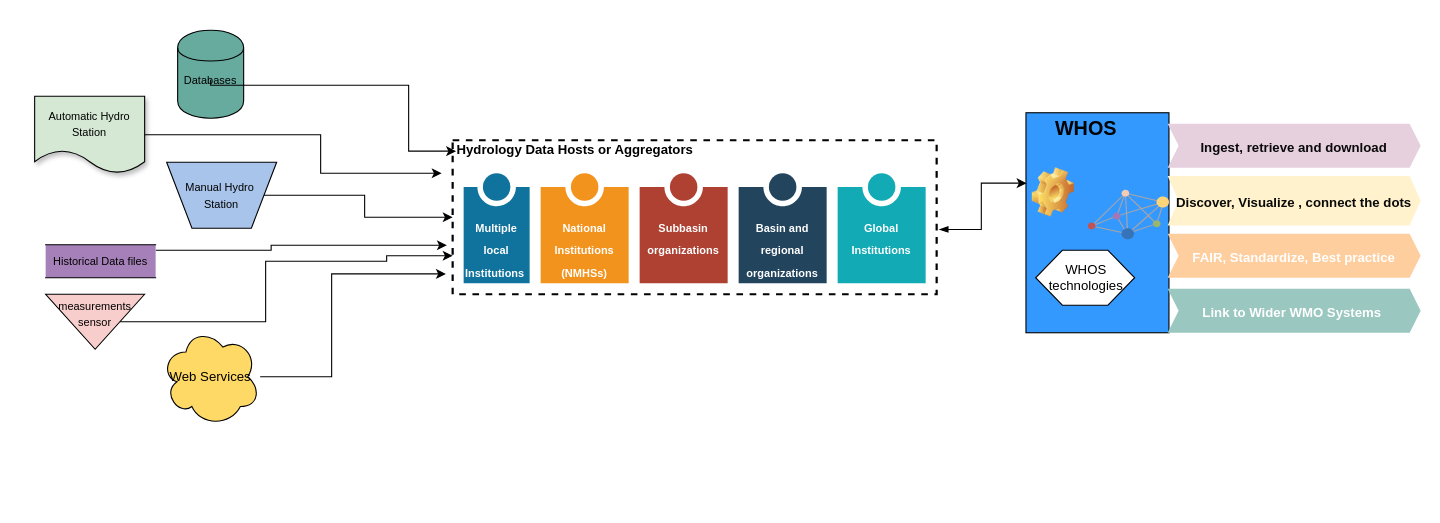
Earlier version of the draw.io diagram page "WHOS data sources" (2 of 13) of whos-architecture/WHOS New.drawio (wmo-im/tt-w4h). Source tidied: cells renumbered, new cells numbered last; positions are measured from the earlier drawing's top-left corner, leaving out a move shared by most shapes. Both pictures are drawn from the tidied source at 110%, with x=0, y=0 at pixel (34, 30).
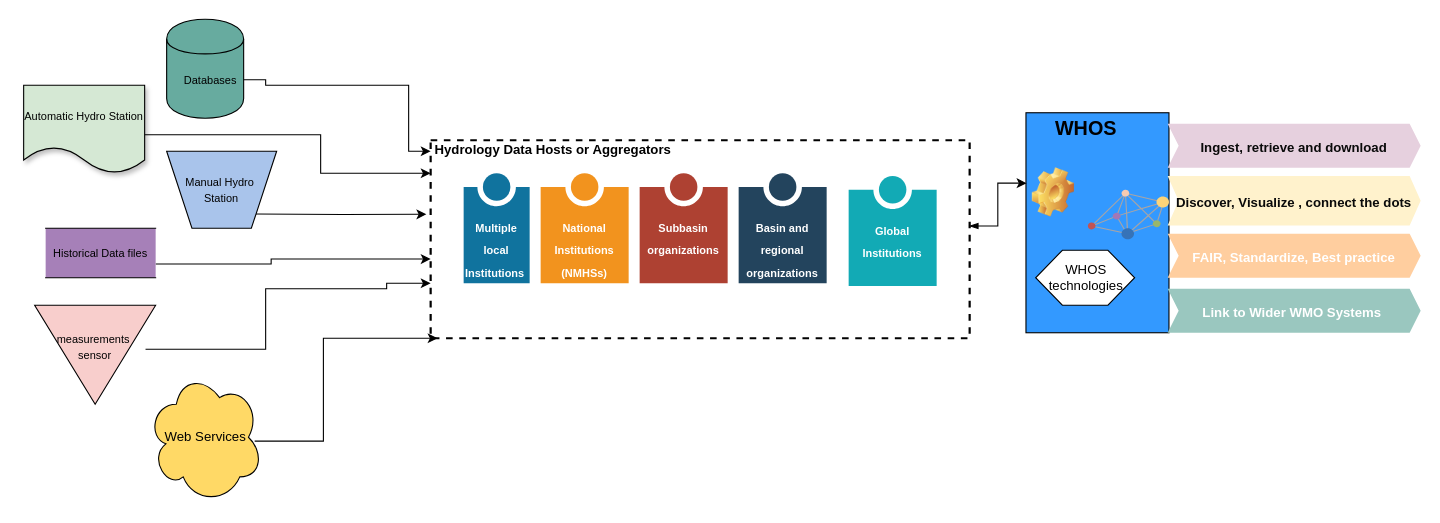
The same diagram, later.

The change refers to these unchanged cells:
```xml
<mxCell id="2" style="html=1;dashed=0;whiteSpace=wrap;fillColor=#3399FF;" parent="1" vertex="1">
  <mxGeometry x="901.2" y="75" width="130" height="200" as="geometry" />
</mxCell>
<mxCell id="4" value="&lt;font style=&quot;font-size: 10px;&quot;&gt;Databases&lt;/font&gt;" style="text;html=1;whiteSpace=wrap;strokeColor=none;fillColor=none;align=center;verticalAlign=middle;rounded=0;" parent="1" vertex="1">
  <mxGeometry x="130" y="30" width="60" height="30" as="geometry" />
</mxCell>
```

Diff of the diagram source:
```diff
@@
     <mxCell id="3" style="shape=cylinder;whiteSpace=wrap;html=1;boundedLbl=1;backgroundOutline=1;fillColor=#67AB9F;" parent="1" vertex="1">
-      <mxGeometry x="130" width="60" height="80" as="geometry" />
+      <mxGeometry x="120" y="-10" width="70" height="90" as="geometry" />
     </mxCell>
@@
-    <mxCell id="5" style="edgeStyle=orthogonalEdgeStyle;rounded=0;jettySize=auto;html=1;entryX=-0.014;entryY=0.868;entryDx=0;entryDy=0;entryPerimeter=0;" parent="1" edge="1" source="6" target="12">
+    <mxCell id="5" style="edgeStyle=orthogonalEdgeStyle;rounded=0;orthogonalLoop=1;jettySize=auto;html=1;entryX=-0.014;entryY=0.868;entryDx=0;entryDy=0;entryPerimeter=0;" parent="1" edge="1">
       <mxGeometry relative="1" as="geometry">
+        <mxPoint x="200" y="373.5" as="sourcePoint" />
+        <mxPoint x="366.3" y="280" as="targetPoint" />
         <Array as="points">
-          <mxPoint x="270" y="315" />
-          <mxPoint x="270" y="222" />
+          <mxPoint x="262.5" y="373.5" />
+          <mxPoint x="262.5" y="280.5" />
         </Array>
       </mxGeometry>
     </mxCell>
     <mxCell id="6" value="Web Services" style="shape=cloud;whiteSpace=wrap;html=1;fillColor=#FFD966;" parent="1" vertex="1">
-      <mxGeometry x="115" y="270" width="90" height="90" as="geometry" />
+      <mxGeometry x="102.5" y="310" width="105" height="120" as="geometry" />
     </mxCell>
-    <mxCell id="7" style="edgeStyle=orthogonalEdgeStyle;rounded=0;jettySize=auto;html=1;entryX=-0.012;entryY=0.682;entryDx=0;entryDy=0;entryPerimeter=0;" parent="1" edge="1" source="8" target="12">
+    <mxCell id="7" style="edgeStyle=orthogonalEdgeStyle;rounded=0;orthogonalLoop=1;jettySize=auto;html=1;" parent="1" edge="1">
       <mxGeometry relative="1" as="geometry">
+        <mxPoint x="110" y="212.5" as="sourcePoint" />
+        <mxPoint x="360" y="208" as="targetPoint" />
         <Array as="points">
-          <mxPoint x="215" y="200" />
-          <mxPoint x="215" y="196" />
+          <mxPoint x="215" y="212.5" />
+          <mxPoint x="215" y="208.5" />
         </Array>
       </mxGeometry>
     </mxCell>
     <mxCell id="8" value="&lt;font style=&quot;font-size: 10px;&quot;&gt;Historical Data files&lt;/font&gt;" style="html=1;dashed=0;whiteSpace=wrap;shape=partialRectangle;right=0;left=0;fillColor=#A680B8;" parent="1" vertex="1">
-      <mxGeometry x="10" y="195" width="100" height="30" as="geometry" />
+      <mxGeometry x="10" y="180" width="100" height="45" as="geometry" />
     </mxCell>
-    <mxCell id="9" style="edgeStyle=orthogonalEdgeStyle;rounded=0;jettySize=auto;html=1;entryX=0;entryY=0.75;entryDx=0;entryDy=0;" parent="1" edge="1" source="10" target="12">
+    <mxCell id="9" style="edgeStyle=orthogonalEdgeStyle;rounded=0;orthogonalLoop=1;jettySize=auto;html=1;" parent="1" edge="1">
       <mxGeometry relative="1" as="geometry">
+        <mxPoint x="100.8" y="290" as="sourcePoint" />
+        <mxPoint x="360" y="230" as="targetPoint" />
         <Array as="points">
-          <mxPoint x="210" y="265" />
-          <mxPoint x="210" y="210" />
-          <mxPoint x="320" y="210" />
+          <mxPoint x="210" y="290" />
+          <mxPoint x="210" y="235" />
+          <mxPoint x="320" y="235" />
         </Array>
       </mxGeometry>
     </mxCell>
-    <mxCell id="10" value="&lt;font style=&quot;font-size: 10px;&quot;&gt;measurements sensor&lt;/font&gt;&lt;div&gt;&lt;br&gt;&lt;/div&gt;" style="triangle;whiteSpace=wrap;html=1;dashed=0;direction=south;fillColor=#F8CECC;" parent="1" vertex="1">
-      <mxGeometry x="10" y="240" width="90" height="50" as="geometry" />
+    <mxCell id="10" value="&lt;font style=&quot;font-size: 10px;&quot;&gt;measurements&amp;nbsp;&lt;/font&gt;&lt;div&gt;&lt;font style=&quot;font-size: 10px;&quot;&gt;sensor&lt;/font&gt;&lt;div&gt;&lt;br&gt;&lt;/div&gt;&lt;/div&gt;" style="triangle;whiteSpace=wrap;html=1;dashed=0;direction=south;fillColor=#F8CECC;" parent="1" vertex="1">
+      <mxGeometry y="250" width="110" height="90" as="geometry" />
     </mxCell>
-    <mxCell id="11" style="edgeStyle=orthogonalEdgeStyle;rounded=0;jettySize=auto;html=1;entryX=0.004;entryY=0.32;entryDx=0;entryDy=0;entryPerimeter=0;exitX=1.005;exitY=0.579;exitDx=0;exitDy=0;exitPerimeter=0;startArrow=blockThin;startFill=1;" parent="1" edge="1" source="12" target="2">
+    <mxCell id="11" style="edgeStyle=orthogonalEdgeStyle;rounded=0;jettySize=auto;html=1;entryX=0.004;entryY=0.32;entryDx=0;entryDy=0;entryPerimeter=0;startArrow=blockThin;startFill=1;exitX=0.999;exitY=0.433;exitDx=0;exitDy=0;exitPerimeter=0;" parent="1" edge="1" source="12" target="2">
       <mxGeometry relative="1" as="geometry" />
     </mxCell>
     <mxCell id="12" value="&lt;font color=&quot;#000000&quot;&gt;Hydrology Data Hosts or Aggregators&lt;/font&gt;" style="html=1;fontColor=#FF3333;fontStyle=1;align=left;verticalAlign=top;spacing=0;labelBorderColor=none;fillColor=none;dashed=1;strokeWidth=2;strokeColor=#000000;spacingLeft=4;spacingTop=-3;" parent="1" vertex="1">
-      <mxGeometry x="380" y="100" width="440" height="140" as="geometry" />
+      <mxGeometry x="360" y="100" width="490" height="180" as="geometry" />
     </mxCell>
-    <mxCell id="13" style="edgeStyle=orthogonalEdgeStyle;rounded=0;jettySize=auto;html=1;" parent="1" edge="1" source="14" target="12">
-      <mxGeometry relative="1" as="geometry" />
+    <mxCell id="13" style="edgeStyle=orthogonalEdgeStyle;rounded=0;jettySize=auto;html=1;entryX=-0.008;entryY=0.374;entryDx=0;entryDy=0;entryPerimeter=0;" parent="1" edge="1" target="12">
+      <mxGeometry relative="1" as="geometry">
+        <mxPoint x="200" y="167" as="sourcePoint" />
+      </mxGeometry>
     </mxCell>
     <mxCell id="14" value="&lt;span style=&quot;font-size: 10px;&quot;&gt;Manual Hydro&amp;nbsp;&lt;/span&gt;&lt;div&gt;&lt;span style=&quot;font-size: 10px;&quot;&gt;Station&lt;/span&gt;&lt;/div&gt;" style="verticalLabelPosition=middle;verticalAlign=middle;html=1;shape=trapezoid;perimeter=trapezoidPerimeter;whiteSpace=wrap;size=0.23;arcSize=10;flipV=1;labelPosition=center;align=center;fillColor=#A9C4EB;" parent="1" vertex="1">
-      <mxGeometry x="120" y="120" width="100" height="60" as="geometry" />
+      <mxGeometry x="120" y="110" width="100" height="70" as="geometry" />
     </mxCell>
     <mxCell id="15" style="edgeStyle=orthogonalEdgeStyle;rounded=0;orthogonalLoop=1;jettySize=auto;html=1;" parent="1" edge="1">
       <mxGeometry relative="1" as="geometry">
         <mxPoint x="64" y="95" as="sourcePoint" />
-        <mxPoint x="370" y="130" as="targetPoint" />
+        <mxPoint x="360" y="130" as="targetPoint" />
         <Array as="points">
           <mxPoint x="260" y="95" />
           <mxPoint x="260" y="130" />
         </Array>
       </mxGeometry>
     </mxCell>
     <mxCell id="16" value="&lt;span style=&quot;font-size: 10px;&quot;&gt;Automatic Hydro Station&lt;/span&gt;" style="shape=document;whiteSpace=wrap;html=1;boundedLbl=1;dashed=0;flipH=1;shadow=1;fillColor=#D5E8D4;" parent="1" vertex="1">
-      <mxGeometry y="60" width="100" height="70" as="geometry" />
+      <mxGeometry x="-10" y="50" width="110" height="80" as="geometry" />
     </mxCell>
-    <mxCell id="17" style="edgeStyle=orthogonalEdgeStyle;rounded=0;jettySize=auto;html=1;exitX=1;exitY=0.5;exitDx=0;exitDy=0;entryX=0.007;entryY=0.071;entryDx=0;entryDy=0;entryPerimeter=0;" parent="1" edge="1" target="12">
+    <mxCell id="17" style="edgeStyle=orthogonalEdgeStyle;rounded=0;jettySize=auto;html=1;exitX=1;exitY=0.5;exitDx=0;exitDy=0;" parent="1" edge="1" source="4">
       <mxGeometry relative="1" as="geometry">
-        <mxPoint x="160" y="45" as="sourcePoint" />
+        <mxPoint x="360" y="110" as="targetPoint" />
         <Array as="points">
-          <mxPoint x="160" y="50" />
+          <mxPoint x="210" y="45" />
+          <mxPoint x="210" y="50" />
           <mxPoint x="340" y="50" />
           <mxPoint x="340" y="110" />
         </Array>
       </mxGeometry>
     </mxCell>
@@
     <mxCell id="22" value="&lt;font style=&quot;font-size: 10px;&quot;&gt;Global Institutions&lt;/font&gt;" style="verticalLabelPosition=middle;verticalAlign=top;html=1;shape=mxgraph.infographic.numberedEntryVert;dy=25;strokeColor=none;fontSize=17;fontColor=#FFFFFF;align=center;labelPosition=center;spacingTop=32;fontStyle=1;whiteSpace=wrap;fillColor=#12AAB5;" parent="1" vertex="1">
-      <mxGeometry x="730" y="130" width="80" height="100" as="geometry" />
+      <mxGeometry x="740" y="132.5" width="80" height="100" as="geometry" />
     </mxCell>
```
